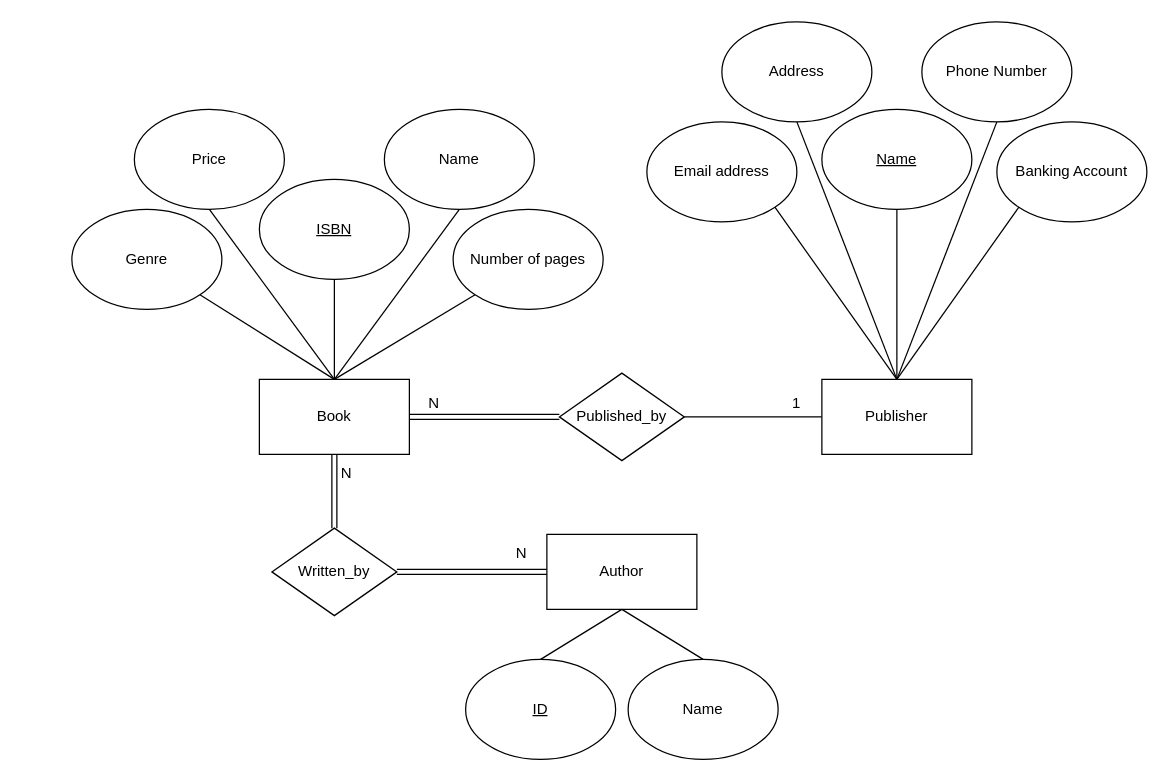
Dylanhism/BookStore keeps this draw.io diagram as BookStoreER.drawio. Above is the earlier version. Source tidied: cells renumbered, new cells numbered last; positions are measured from the earlier drawing's top-left corner, leaving out a move shared by most shapes. Both pictures are drawn from the tidied source at 125%, with x=0, y=0 at pixel (71, 21).
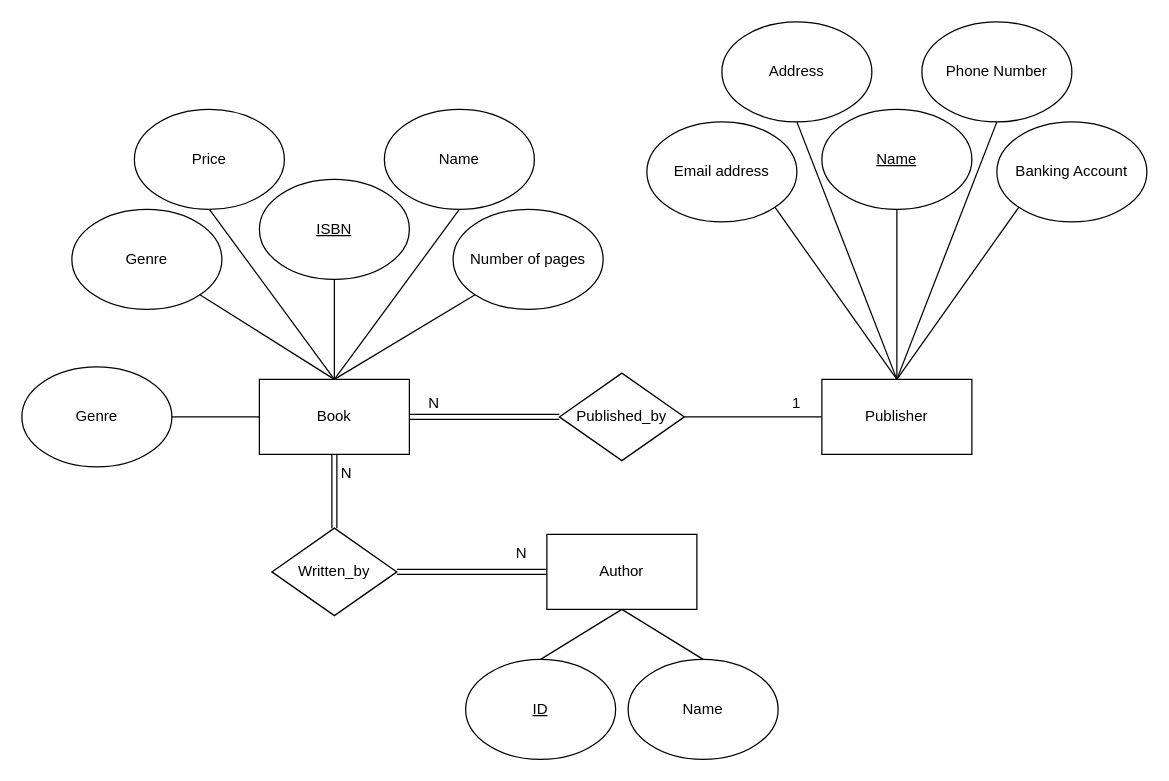
After the change.

Commit message:
Add quantity to book in BookStoreER.drawio

Unchanged cells that the change refers to:
```xml
<mxCell id="3" value="Book" style="rounded=0;whiteSpace=wrap;html=1;" parent="1" vertex="1">
  <mxGeometry x="150" y="286" width="120" height="60" as="geometry" />
</mxCell>
```

Diff of the diagram source:
```diff
@@
+    <mxCell id="39" value="Genre" style="ellipse;whiteSpace=wrap;html=1;" parent="1" vertex="1">
+      <mxGeometry x="-40" y="276" width="120" height="80" as="geometry" />
+    </mxCell>
+    <mxCell id="40" style="endArrow=none;html=1;rounded=0;exitX=0;exitY=0.5;exitDx=0;exitDy=0;entryX=1;entryY=0.5;entryDx=0;entryDy=0;" parent="1" edge="1" source="3" target="39">
+      <mxGeometry relative="1" as="geometry" />
+    </mxCell>
```
